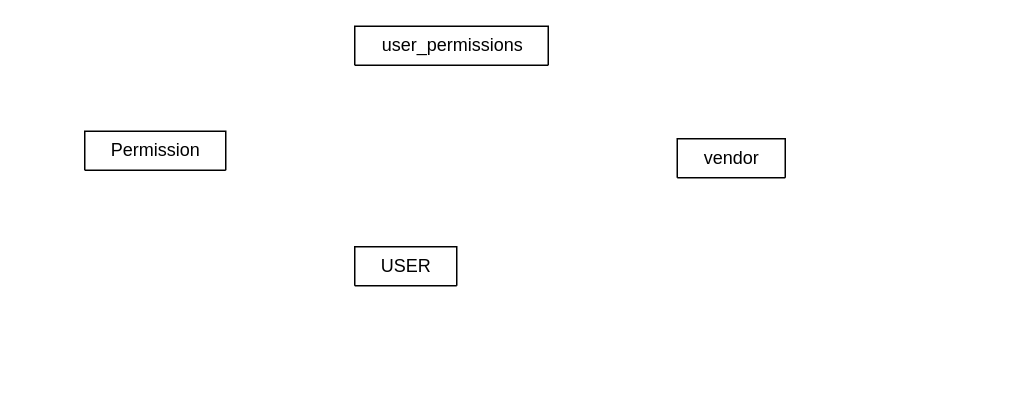
Before: ThisLink.drawio in EmanDeveloper/thisLink, a draw.io diagram. Source tidied: cells renumbered, new cells numbered last; positions are measured from the earlier drawing's top-left corner, leaving out a move shared by most shapes. Both pictures are drawn from the tidied source at 150%, with x=0, y=0 at pixel (84, 26).
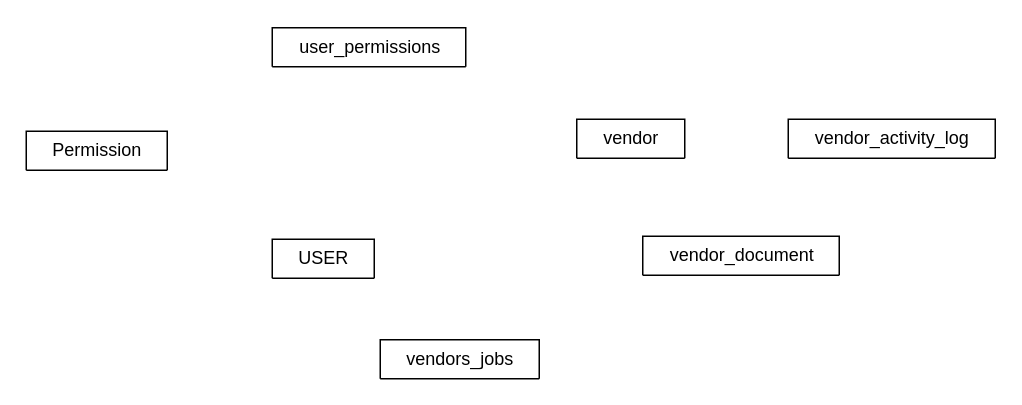
Above is the later version.

Change to the diagram source:
```diff
@@
 <mxGraphModel>
   <root>
     <mxCell id="0" />
     <mxCell id="1" parent="0" />
     <mxCell id="2" value="USER" style="swimlane;fontStyle=0;horizontal=1;startSize=26;fillColor=none;html=1;" parent="1" vertex="1" collapsed="1">
-      <mxGeometry x="180" y="147" width="68" height="26" as="geometry" />
+      <mxGeometry x="125" y="142" width="68" height="26" as="geometry" />
     </mxCell>
     <mxCell id="3" value="Permission" style="swimlane;fontStyle=0;horizontal=1;startSize=26;fillColor=none;html=1;" parent="1" vertex="1" collapsed="1">
-      <mxGeometry y="70" width="94" height="26" as="geometry" />
+      <mxGeometry x="-39" y="70" width="94" height="26" as="geometry" />
     </mxCell>
     <mxCell id="4" value="user_permissions" style="swimlane;fontStyle=0;horizontal=1;startSize=26;fillColor=none;html=1;" parent="1" vertex="1" collapsed="1">
-      <mxGeometry x="180" width="129" height="26" as="geometry" />
+      <mxGeometry x="125" y="1" width="129" height="26" as="geometry" />
     </mxCell>
     <mxCell id="5" value="vendor" style="swimlane;fontStyle=0;horizontal=1;startSize=26;fillColor=none;html=1;" parent="1" vertex="1" collapsed="1">
-      <mxGeometry x="395" y="75" width="72" height="26" as="geometry" />
+      <mxGeometry x="328" y="62" width="72" height="26" as="geometry" />
     </mxCell>
+    <mxCell id="6" value="vendor_activity_log" style="swimlane;fontStyle=0;horizontal=1;startSize=26;fillColor=none;html=1;" parent="1" vertex="1" collapsed="1">
+      <mxGeometry x="469" y="62" width="138" height="26" as="geometry" />
+    </mxCell>
+    <mxCell id="7" value="vendor_document" style="swimlane;fontStyle=0;horizontal=1;startSize=26;fillColor=none;html=1;" parent="1" vertex="1" collapsed="1">
+      <mxGeometry x="372" y="140" width="131" height="26" as="geometry" />
+    </mxCell>
+    <mxCell id="8" value="vendors_jobs" style="swimlane;fontStyle=0;horizontal=1;startSize=26;fillColor=none;html=1;" parent="1" vertex="1" collapsed="1">
+      <mxGeometry x="197" y="209" width="106" height="26" as="geometry" />
+    </mxCell>
   </root>
 </mxGraphModel>
```
